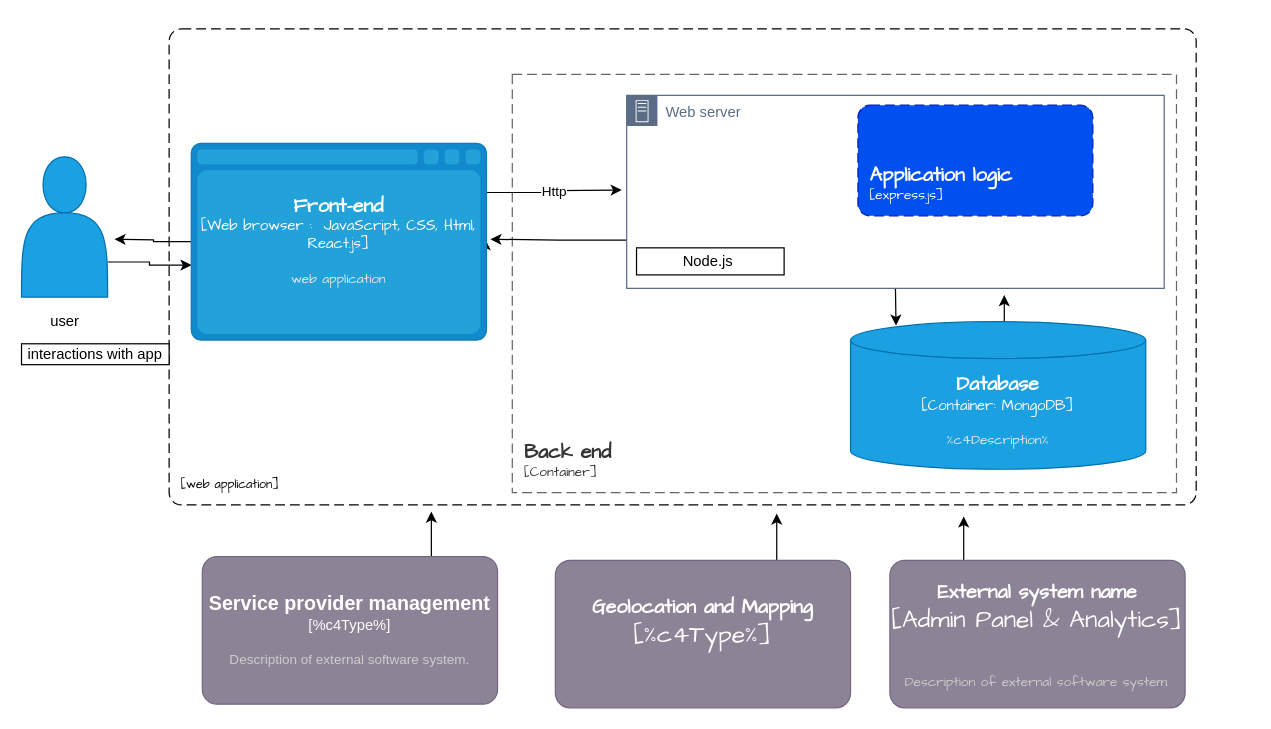
This is Untitled Diagram.drawio from Tinachint/on-demandHomeServices, a draw.io file, before an edit. Source tidied: cells renumbered, new cells numbered last; positions are measured from the earlier drawing's top-left corner, leaving out a move shared by most shapes. Both pictures are drawn from the tidied source at 123%, with x=0, y=0 at pixel (21, 28).
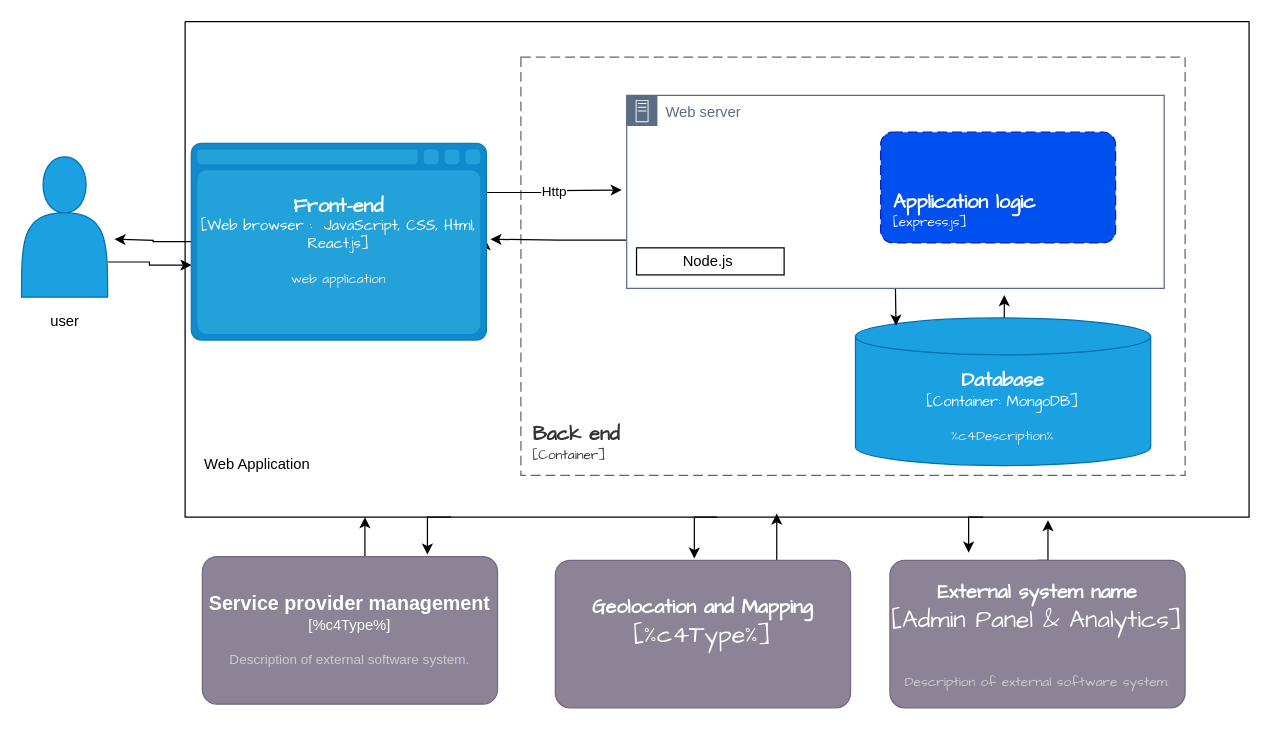
The same page after the edit.

Unchanged cells that the change refers to:
```xml
<object id="12" label="&lt;font style=&quot;font-size: 16px&quot;&gt;&lt;b&gt;%c4Type%&lt;/b&gt;&lt;/font&gt;&lt;div&gt;[%c4Container%:&amp;nbsp;%c4Technology%]&lt;/div&gt;&lt;br&gt;&lt;div&gt;&lt;font style=&quot;font-size: 11px&quot;&gt;&lt;font color=&quot;#E6E6E6&quot;&gt;%c4Description%&lt;/font&gt;&lt;/div&gt;" c4Container="Web browser " c4Description="web application" c4Technology=" JavaScript, CSS, Html, React.js" c4Type="Front-end" placeholders="1">
  <mxCell style="shape=mxgraph.c4.webBrowserContainer2;whiteSpace=wrap;html=1;boundedLbl=1;rounded=0;labelBackgroundColor=none;strokeColor=#118ACD;fillColor=#23A2D9;strokeColor=#118ACD;strokeColor2=#0E7DAD;fontSize=12;fontColor=#ffffff;align=center;points=[[0.5,0,0],[1,0.25,0],[1,0.5,0],[1,0.75,0],[0.5,1,0],[0,0.75,0],[0,0.5,0],[0,0.25,0]];hachureGap=4;fontFamily=Architects Daughter;" parent="1" vertex="1">
    <mxGeometry x="138" y="93" width="240" height="160" as="geometry" />
  </mxCell>
</object>
<object id="17" label="&lt;font style=&quot;font-size: 16px&quot;&gt;&lt;b&gt;%c4Name%&lt;/b&gt;&lt;/font&gt;&lt;div&gt;[%c4Type%]&lt;/div&gt;&lt;br&gt;&lt;div&gt;&lt;font style=&quot;font-size: 11px&quot;&gt;&lt;font color=&quot;#cccccc&quot;&gt;%c4Description%&lt;/font&gt;&lt;/div&gt;" c4Description="Description of external software system." c4Name="External system name" c4Type="Admin Panel &amp; Analytics" placeholders="1">
  <mxCell style="rounded=1;whiteSpace=wrap;html=1;labelBackgroundColor=none;fillColor=#8C8496;fontColor=#ffffff;align=center;arcSize=10;strokeColor=#736782;points=[[0.25,0,0],[0.5,0,0],[0.75,0,0],[1,0.25,0],[1,0.5,0],[1,0.75,0],[0.75,1,0],[0.5,1,0],[0.25,1,0],[0,0.75,0],[0,0.5,0],[0,0.25,0]];hachureGap=4;fontFamily=Architects Daughter;fontSize=20;" parent="1" vertex="1">
    <mxGeometry x="706" y="432" width="240" height="120" as="geometry" />
  </mxCell>
</object>
<object id="19" label="&lt;font style=&quot;font-size: 16px&quot;&gt;&lt;b&gt;%c4Name%&lt;/b&gt;&lt;/font&gt;&lt;div&gt;[%c4Type%]&lt;/div&gt;&lt;br&gt;&lt;div&gt;&lt;font style=&quot;font-size: 11px&quot;&gt;&lt;font color=&quot;#cccccc&quot;&gt;%c4Description%&lt;/font&gt;&lt;/div&gt;" c4Description="Description of external software system." c4Name="Service provider management" placeholders="1">
  <mxCell style="rounded=1;whiteSpace=wrap;html=1;labelBackgroundColor=none;fillColor=#8C8496;fontColor=#ffffff;align=center;arcSize=10;strokeColor=#736782;points=[[0.25,0,0],[0.5,0,0],[0.75,0,0],[1,0.25,0],[1,0.5,0],[1,0.75,0],[0.75,1,0],[0.5,1,0],[0.25,1,0],[0,0.75,0],[0,0.5,0],[0,0.25,0]];" parent="1" vertex="1">
    <mxGeometry x="147" y="429" width="240" height="120" as="geometry" />
  </mxCell>
</object>
```

Change to the diagram source:
```diff
@@
-    <object id="3" label="&lt;font style=&quot;font-size: 10px;&quot;&gt;&lt;b style=&quot;font-size: 10px;&quot;&gt;&lt;div style=&quot;text-align: left; font-size: 10px;&quot;&gt;%c4Name%&lt;/div&gt;&lt;/b&gt;&lt;/font&gt;&lt;div style=&quot;text-align: left; font-size: 10px;&quot;&gt;[%c4Application%]&lt;/div&gt;" c4Application="web application" c4Name="" placeholders="1">
-      <mxCell style="rounded=1;fontSize=10;whiteSpace=wrap;html=1;dashed=1;arcSize=20;fillColor=none;labelBackgroundColor=none;align=left;verticalAlign=bottom;labelBorderColor=none;spacingTop=0;spacing=10;dashPattern=8 4;perimeter=rectanglePerimeter;noLabel=0;labelPadding=0;absoluteArcSize=1;hachureGap=4;fontFamily=Architects Daughter;" parent="1" vertex="1">
-        <mxGeometry x="120" width="835" height="387" as="geometry" />
-      </mxCell>
-    </object>
@@
     <object id="6" label="&lt;font style=&quot;font-size: 16px&quot;&gt;&lt;b&gt;&lt;div style=&quot;text-align: left&quot;&gt;%c4Name%&lt;/div&gt;&lt;/b&gt;&lt;/font&gt;&lt;div style=&quot;text-align: left&quot;&gt;[%c4Application%]&lt;/div&gt;" c4Application="Container" c4Name="Back end " placeholders="1">
       <mxCell style="rounded=0;fontSize=11;whiteSpace=wrap;html=1;dashed=1;arcSize=20;fillColor=none;strokeColor=#666666;fontColor=#333333;labelBackgroundColor=none;align=left;verticalAlign=bottom;labelBorderColor=none;spacingTop=0;spacing=10;dashPattern=8 4;perimeter=rectanglePerimeter;noLabel=0;labelPadding=0;absoluteArcSize=1;hachureGap=4;fontFamily=Architects Daughter;" parent="1" vertex="1">
-        <mxGeometry x="399" y="37" width="540" height="340" as="geometry" />
+        <mxGeometry x="406" y="23" width="540" height="340" as="geometry" />
       </mxCell>
     </object>
@@
     <object id="8" label="&lt;font style=&quot;font-size: 16px&quot;&gt;&lt;b&gt;%c4Type%&lt;/b&gt;&lt;/font&gt;&lt;div&gt;[%c4Container%:&amp;nbsp;%c4Technology%]&lt;/div&gt;&lt;br&gt;&lt;div&gt;&lt;font style=&quot;font-size: 11px&quot;&gt;&lt;font color=&quot;#E6E6E6&quot;&gt;%c4Description%&lt;/font&gt;&lt;/div&gt;" c4Container="Container" c4Technology="MongoDB" c4Type="Database" placeholders="1">
       <mxCell style="shape=cylinder3;size=15;whiteSpace=wrap;html=1;boundedLbl=1;rounded=0;labelBackgroundColor=none;fontSize=12;align=center;points=[[0.5,0,0],[1,0.25,0],[1,0.5,0],[1,0.75,0],[0.5,1,0],[0,0.75,0],[0,0.5,0],[0,0.25,0]];hachureGap=4;fontFamily=Architects Daughter;shadow=0;fillColor=#1ba1e2;strokeColor=#006EAF;fontColor=#ffffff;" parent="1" vertex="1">
-        <mxGeometry x="674" y="238" width="240" height="120" as="geometry" />
+        <mxGeometry x="678" y="235" width="240" height="120" as="geometry" />
       </mxCell>
     </object>
@@
     <mxCell id="11" style="edgeStyle=orthogonalEdgeStyle;rounded=0;jettySize=auto;html=1;exitX=0;exitY=0.5;exitDx=0;exitDy=0;exitPerimeter=0;" parent="1" edge="1" source="12">
       <mxGeometry relative="1" as="geometry">
         <mxPoint x="75.6" y="171" as="targetPoint" />
+        <Array as="points">
+          <mxPoint x="107" y="173" />
+          <mxPoint x="107" y="172" />
+        </Array>
       </mxGeometry>
     </mxCell>
@@
     <object id="13" label="&lt;font style=&quot;font-size: 16px&quot;&gt;&lt;b&gt;&lt;div style=&quot;text-align: left&quot;&gt;%c4Name%&lt;/div&gt;&lt;/b&gt;&lt;/font&gt;&lt;div style=&quot;text-align: left&quot;&gt;[%c4Application%]&lt;/div&gt;" c4Application="express.js" c4Name="Application logic " placeholders="1">
       <mxCell style="rounded=1;fontSize=11;whiteSpace=wrap;html=1;dashed=1;arcSize=20;labelBackgroundColor=none;align=left;verticalAlign=bottom;labelBorderColor=none;spacingTop=0;spacing=10;dashPattern=8 4;perimeter=rectanglePerimeter;noLabel=0;labelPadding=0;absoluteArcSize=1;hachureGap=4;fontFamily=Architects Daughter;fillColor=#0050ef;strokeColor=#001DBC;fontColor=#ffffff;" parent="1" vertex="1">
-        <mxGeometry x="680" y="62" width="191" height="90" as="geometry" />
+        <mxGeometry x="698.5" y="84" width="191" height="90" as="geometry" />
       </mxCell>
     </object>
@@
-    <mxCell id="16" style="edgeStyle=orthogonalEdgeStyle;rounded=0;jettySize=auto;html=1;exitX=0.25;exitY=0;exitDx=0;exitDy=0;exitPerimeter=0;" parent="1" edge="1" source="17">
-      <mxGeometry relative="1" as="geometry">
-        <mxPoint x="766" y="396.4" as="targetPoint" />
-      </mxGeometry>
-    </mxCell>
+    <mxCell id="26" style="edgeStyle=orthogonalEdgeStyle;rounded=0;jettySize=auto;html=1;exitX=0.5;exitY=0;exitDx=0;exitDy=0;exitPerimeter=0;entryX=0.811;entryY=1.006;entryDx=0;entryDy=0;entryPerimeter=0;" parent="1" edge="1" source="17" target="31">
+      <mxGeometry relative="1" as="geometry" />
+    </mxCell>
@@
-    <mxCell id="18" style="edgeStyle=orthogonalEdgeStyle;rounded=0;jettySize=auto;html=1;exitX=0.75;exitY=0;exitDx=0;exitDy=0;exitPerimeter=0;" parent="1" edge="1" source="19">
-      <mxGeometry relative="1" as="geometry">
-        <mxPoint x="333.2" y="392.4" as="targetPoint" />
-      </mxGeometry>
-    </mxCell>
+    <mxCell id="27" style="edgeStyle=orthogonalEdgeStyle;rounded=0;jettySize=auto;html=1;exitX=0.5;exitY=0;exitDx=0;exitDy=0;exitPerimeter=0;entryX=0.169;entryY=1;entryDx=0;entryDy=0;entryPerimeter=0;" parent="1" edge="1" source="19" target="31">
+      <mxGeometry relative="1" as="geometry" />
+    </mxCell>
@@
-    <mxCell id="21" value="interactions with app" style="whiteSpace=wrap;html=1;" parent="1" vertex="1">
-      <mxGeometry y="256" width="120" height="17" as="geometry" />
-    </mxCell>
@@
+    <mxCell id="28" style="edgeStyle=orthogonalEdgeStyle;rounded=0;jettySize=auto;html=1;exitX=0.25;exitY=1;exitDx=0;exitDy=0;" parent="1" edge="1" source="31">
+      <mxGeometry relative="1" as="geometry">
+        <mxPoint x="330" y="427.4" as="targetPoint" />
+      </mxGeometry>
+    </mxCell>
+    <mxCell id="29" style="edgeStyle=orthogonalEdgeStyle;rounded=0;jettySize=auto;html=1;exitX=0.5;exitY=1;exitDx=0;exitDy=0;" parent="1" edge="1" source="31">
+      <mxGeometry relative="1" as="geometry">
+        <mxPoint x="547" y="430.6" as="targetPoint" />
+      </mxGeometry>
+    </mxCell>
+    <mxCell id="30" style="edgeStyle=orthogonalEdgeStyle;rounded=0;jettySize=auto;html=1;exitX=0.75;exitY=1;exitDx=0;exitDy=0;" parent="1" edge="1" source="31">
+      <mxGeometry relative="1" as="geometry">
+        <mxPoint x="770" y="425.8" as="targetPoint" />
+      </mxGeometry>
+    </mxCell>
+    <mxCell id="31" style="swimlane;startSize=0;" parent="1" vertex="1">
+      <mxGeometry x="133" y="-6" width="865" height="403" as="geometry" />
+    </mxCell>
+    <mxCell id="32" value="Web Application&amp;nbsp;" style="text;html=1;align=center;verticalAlign=middle;strokeColor=none;fillColor=none;" parent="1" vertex="1">
+      <mxGeometry x="139" y="341" width="107" height="26" as="geometry" />
+    </mxCell>
```
